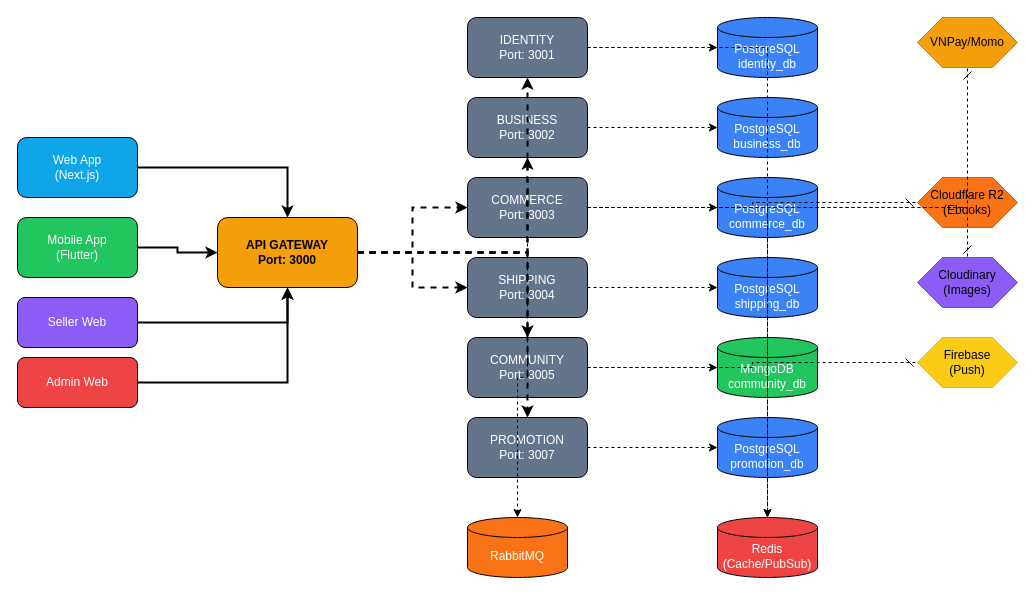
huynhgiahuy236/huki-ebook keeps this draw.io diagram as docs/17-CHARTS/draw.io/system-architecture.drawio. Above is the earlier version. Source tidied: cells renumbered, new cells numbered last; positions are measured from the earlier drawing's top-left corner, leaving out a move shared by most shapes. Both pictures are drawn from the tidied source at 100%, with x=0, y=0 at pixel (17, 17).
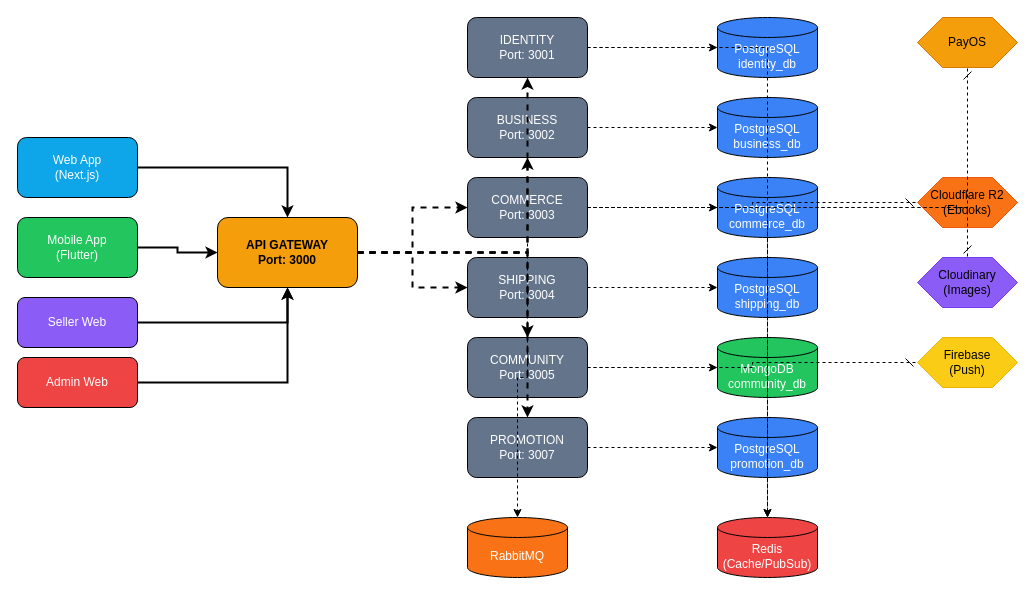
The same page after the edit.

Change to the diagram source:
```diff
@@
-    <mxCell id="21" value="VNPay/Momo" style="shape=hexagon;perimeter=hexagonPerimeter;whiteSpace=wrap;html=1;fillColor=#f59e0b;strokeColor=#d97706;" parent="1" vertex="1">
+    <mxCell id="21" value="PayOS" style="shape=hexagon;perimeter=hexagonPerimeter;whiteSpace=wrap;html=1;fillColor=#f59e0b;strokeColor=#d97706;" parent="1" vertex="1">
       <mxGeometry x="900" width="100" height="50" as="geometry" />
     </mxCell>
```
